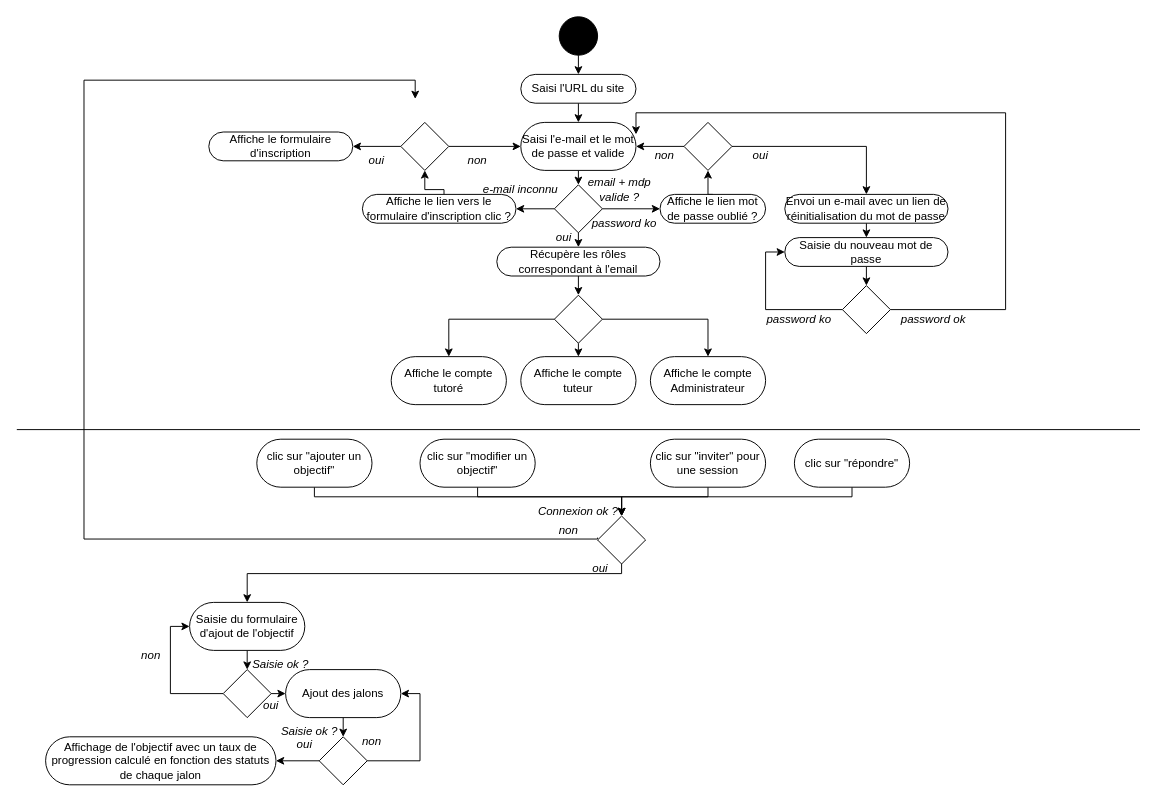
Before: page "diagramme d'activité" (3 of 3) of uml_avenirs.drawio in cbeauquel/oc_projet9, a draw.io diagram. Source tidied: cells renumbered, new cells numbered last; positions are measured from the earlier drawing's top-left corner, leaving out a move shared by most shapes. Both pictures are drawn from the tidied source at 96%, with x=0, y=0 at pixel (16, 16).
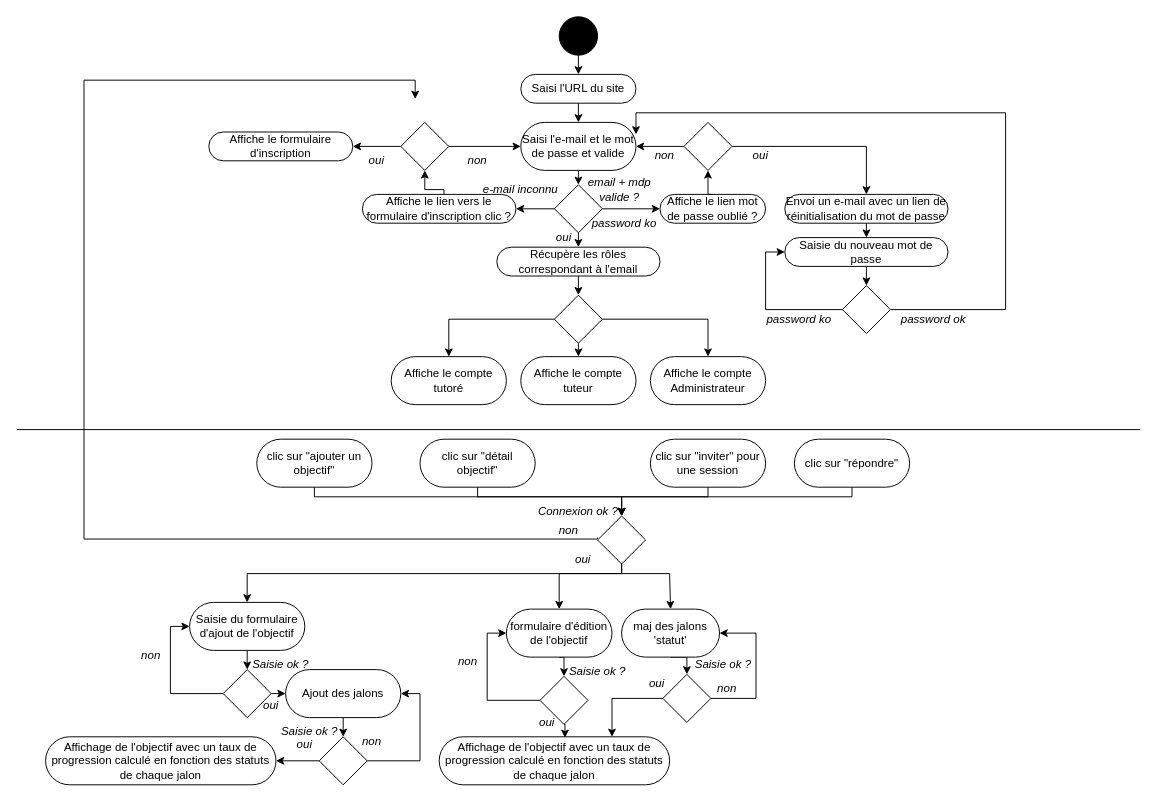
Above is the later version.

Commit message:
Mettre à jour uml_avenirs.drawio diagramme d'activité, objectifs et jalons

Unchanged cells that the change refers to:
```xml
<mxCell id="54" style="rhombus;whiteSpace=wrap;html=1;" parent="1" vertex="1">
  <mxGeometry x="605" y="520" width="50" height="50" as="geometry" />
</mxCell>
```

What changed in the source:
```diff
@@
+    <mxCell id="81" style="edgeStyle=orthogonalEdgeStyle;rounded=0;jettySize=auto;html=1;exitX=0.5;exitY=1;exitDx=0;exitDy=0;entryX=0.5;entryY=0;entryDx=0;entryDy=0;" parent="1" edge="1" source="54" target="84">
+      <mxGeometry relative="1" as="geometry">
+        <Array as="points">
+          <mxPoint x="630" y="580" />
+          <mxPoint x="565" y="580" />
+        </Array>
+      </mxGeometry>
+    </mxCell>
+    <mxCell id="82" style="edgeStyle=orthogonalEdgeStyle;rounded=0;jettySize=auto;html=1;exitX=0.5;exitY=1;exitDx=0;exitDy=0;entryX=0.5;entryY=0;entryDx=0;entryDy=0;" parent="1" edge="1" source="54" target="86">
+      <mxGeometry relative="1" as="geometry">
+        <Array as="points">
+          <mxPoint x="630" y="580" />
+          <mxPoint x="680" y="580" />
+        </Array>
+      </mxGeometry>
+    </mxCell>
@@
     <mxCell id="62" value="oui" style="text;html=1;align=center;verticalAlign=middle;whiteSpace=wrap;rounded=0;fontStyle=2;" parent="1" vertex="1">
-      <mxGeometry x="578" y="560" width="60" height="30" as="geometry" />
+      <mxGeometry x="575" y="550" width="30" height="30" as="geometry" />
     </mxCell>
@@
-    <mxCell id="76" value="clic sur &quot;modifier un objectif&quot;" style="rounded=1;whiteSpace=wrap;html=1;arcSize=50;" parent="1" vertex="1">
+    <mxCell id="76" value="clic sur &quot;détail objectif&quot;" style="rounded=1;whiteSpace=wrap;html=1;arcSize=50;" parent="1" vertex="1">
       <mxGeometry x="420" y="440" width="120" height="50" as="geometry" />
     </mxCell>
@@
+    <mxCell id="83" style="edgeStyle=orthogonalEdgeStyle;rounded=0;jettySize=auto;html=1;exitX=0.5;exitY=1;exitDx=0;exitDy=0;entryX=0.5;entryY=0;entryDx=0;entryDy=0;" parent="1" edge="1" source="84" target="89">
+      <mxGeometry relative="1" as="geometry" />
+    </mxCell>
+    <mxCell id="84" value="formulaire d'édition de l'objectif" style="rounded=1;whiteSpace=wrap;html=1;arcSize=50;" parent="1" vertex="1">
+      <mxGeometry x="510" y="617" width="110" height="50" as="geometry" />
+    </mxCell>
+    <mxCell id="85" style="edgeStyle=orthogonalEdgeStyle;rounded=0;jettySize=auto;html=1;exitX=0.5;exitY=1;exitDx=0;exitDy=0;entryX=0.5;entryY=0;entryDx=0;entryDy=0;" parent="1" edge="1" source="86" target="98">
+      <mxGeometry relative="1" as="geometry" />
+    </mxCell>
+    <mxCell id="86" value="&lt;div&gt;&lt;span style=&quot;background-color: initial;&quot;&gt;maj des jalons 'statut'&lt;/span&gt;&lt;br&gt;&lt;/div&gt;" style="rounded=1;whiteSpace=wrap;html=1;arcSize=50;" parent="1" vertex="1">
+      <mxGeometry x="630" y="617" width="102" height="50" as="geometry" />
+    </mxCell>
+    <mxCell id="87" value="Affichage de l'objectif avec un taux de progression calculé en fonction des statuts de chaque jalon" style="rounded=1;whiteSpace=wrap;html=1;arcSize=50;" parent="1" vertex="1">
+      <mxGeometry x="440" y="750" width="240" height="50" as="geometry" />
+    </mxCell>
+    <mxCell id="88" style="edgeStyle=orthogonalEdgeStyle;rounded=0;jettySize=auto;html=1;exitX=0;exitY=0.5;exitDx=0;exitDy=0;entryX=0;entryY=0.5;entryDx=0;entryDy=0;" parent="1" edge="1" source="89" target="84">
+      <mxGeometry relative="1" as="geometry" />
+    </mxCell>
+    <mxCell id="89" style="rhombus;whiteSpace=wrap;html=1;" parent="1" vertex="1">
+      <mxGeometry x="545" y="687" width="50" height="50" as="geometry" />
+    </mxCell>
+    <mxCell id="90" value="Saisie ok ?" style="text;html=1;align=center;verticalAlign=middle;whiteSpace=wrap;rounded=0;fontStyle=2;" parent="1" vertex="1">
+      <mxGeometry x="560" y="667" width="90" height="30" as="geometry" />
+    </mxCell>
+    <mxCell id="91" value="non" style="text;html=1;align=center;verticalAlign=middle;whiteSpace=wrap;rounded=0;fontStyle=2;" parent="1" vertex="1">
+      <mxGeometry x="440" y="657" width="60" height="30" as="geometry" />
+    </mxCell>
+    <mxCell id="92" value="oui" style="text;html=1;align=center;verticalAlign=middle;whiteSpace=wrap;rounded=0;fontStyle=2;" parent="1" vertex="1">
+      <mxGeometry x="535" y="720" width="35" height="30" as="geometry" />
+    </mxCell>
+    <mxCell id="93" value="Saisie ok ?" style="text;html=1;align=center;verticalAlign=middle;whiteSpace=wrap;rounded=0;fontStyle=2;" parent="1" vertex="1">
+      <mxGeometry x="702" y="660" width="68" height="30" as="geometry" />
+    </mxCell>
+    <mxCell id="94" value="non" style="text;html=1;align=center;verticalAlign=middle;whiteSpace=wrap;rounded=0;fontStyle=2;" parent="1" vertex="1">
+      <mxGeometry x="710" y="685" width="60" height="30" as="geometry" />
+    </mxCell>
+    <mxCell id="95" value="oui" style="text;html=1;align=center;verticalAlign=middle;whiteSpace=wrap;rounded=0;fontStyle=2;" parent="1" vertex="1">
+      <mxGeometry x="656" y="680" width="22" height="30" as="geometry" />
+    </mxCell>
+    <mxCell id="96" style="edgeStyle=orthogonalEdgeStyle;rounded=0;jettySize=auto;html=1;exitX=0;exitY=0.5;exitDx=0;exitDy=0;entryX=0.75;entryY=0;entryDx=0;entryDy=0;" parent="1" edge="1" source="98" target="87">
+      <mxGeometry relative="1" as="geometry" />
+    </mxCell>
+    <mxCell id="97" style="edgeStyle=orthogonalEdgeStyle;rounded=0;jettySize=auto;html=1;exitX=1;exitY=0.5;exitDx=0;exitDy=0;entryX=1;entryY=0.5;entryDx=0;entryDy=0;" parent="1" edge="1" source="98" target="86">
+      <mxGeometry relative="1" as="geometry">
+        <Array as="points">
+          <mxPoint x="770" y="710" />
+          <mxPoint x="770" y="642" />
+        </Array>
+      </mxGeometry>
+    </mxCell>
+    <mxCell id="98" style="rhombus;whiteSpace=wrap;html=1;" parent="1" vertex="1">
+      <mxGeometry x="673" y="685" width="50" height="50" as="geometry" />
+    </mxCell>
+    <mxCell id="99" style="edgeStyle=orthogonalEdgeStyle;rounded=0;jettySize=auto;html=1;exitX=0.5;exitY=1;exitDx=0;exitDy=0;entryX=0.546;entryY=0.02;entryDx=0;entryDy=0;entryPerimeter=0;" parent="1" edge="1" source="89" target="87">
+      <mxGeometry relative="1" as="geometry" />
+    </mxCell>
```
